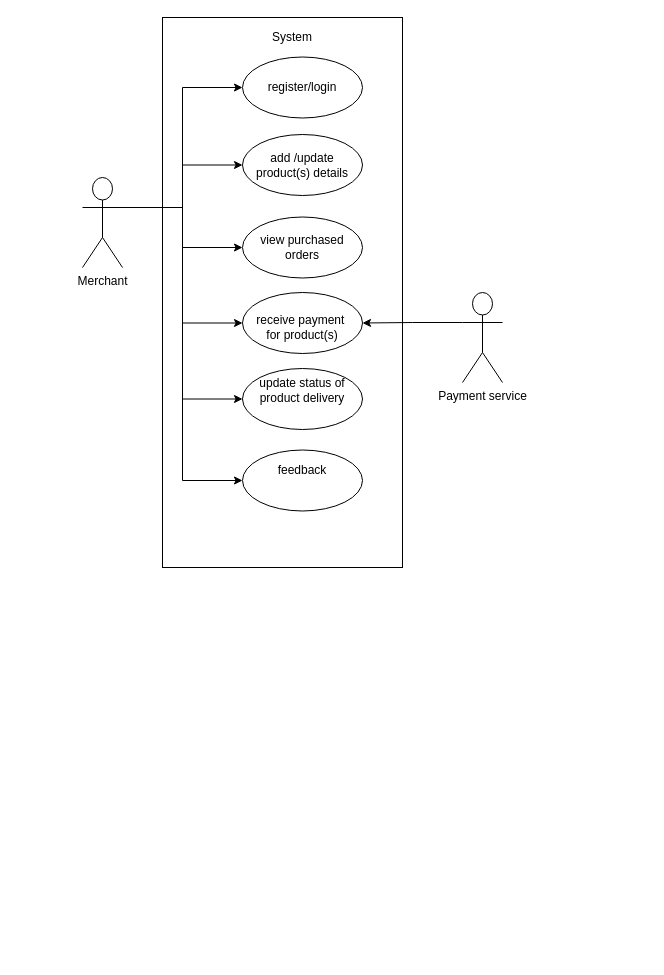
MohitBurkule/uml-diagrams keeps this draw.io diagram as page "Merchant" (1 of 3) of amazon_admin.drawio. Above is the earlier version. Source tidied: cells renumbered, new cells numbered last; positions are measured from the earlier drawing's top-left corner, leaving out a move shared by most shapes. Both pictures are drawn from the tidied source at 100%, with x=0, y=0 at pixel (82, 17).
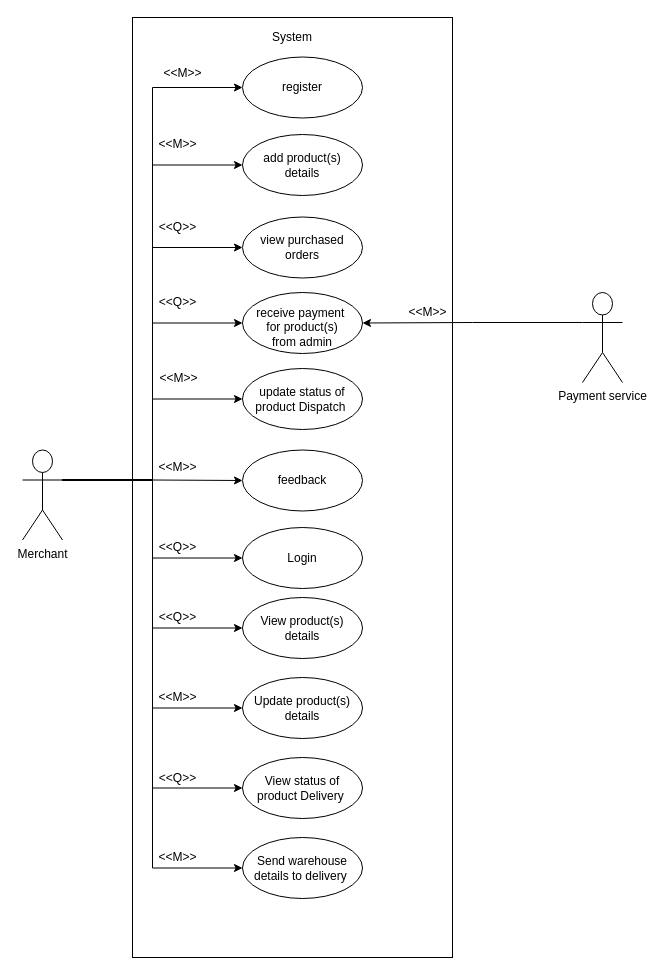
The same page after the edit.

Diff of the diagram source:
```diff
@@
     <mxCell id="2" style="rounded=0;whiteSpace=wrap;html=1;" parent="1" vertex="1">
-      <mxGeometry x="80" width="240" height="550" as="geometry" />
+      <mxGeometry x="50" width="320" height="940" as="geometry" />
     </mxCell>
@@
-    <mxCell id="8" style="ellipse;whiteSpace=wrap;html=1;" parent="1" vertex="1">
-      <mxGeometry x="160" y="432.5" width="120" height="61" as="geometry" />
-    </mxCell>
-    <mxCell id="9" value="register/login" style="text;html=1;strokeColor=none;fillColor=none;align=center;verticalAlign=middle;whiteSpace=wrap;rounded=0;" parent="1" vertex="1">
+    <mxCell id="9" value="register" style="text;html=1;strokeColor=none;fillColor=none;align=center;verticalAlign=middle;whiteSpace=wrap;rounded=0;" parent="1" vertex="1">
       <mxGeometry x="170" y="50" width="100" height="40" as="geometry" />
     </mxCell>
@@
-    <mxCell id="11" value="add /update product(s) details" style="text;html=1;strokeColor=none;fillColor=none;align=center;verticalAlign=middle;whiteSpace=wrap;rounded=0;" parent="1" vertex="1">
+    <mxCell id="11" value="add product(s) details" style="text;html=1;strokeColor=none;fillColor=none;align=center;verticalAlign=middle;whiteSpace=wrap;rounded=0;" parent="1" vertex="1">
       <mxGeometry x="170" y="127.5" width="100" height="40" as="geometry" />
     </mxCell>
-    <mxCell id="12" value="receive payment&amp;nbsp; for product(s)" style="text;html=1;strokeColor=none;fillColor=none;align=center;verticalAlign=middle;whiteSpace=wrap;rounded=0;" parent="1" vertex="1">
+    <mxCell id="12" value="receive payment&amp;nbsp; for product(s) from admin" style="text;html=1;strokeColor=none;fillColor=none;align=center;verticalAlign=middle;whiteSpace=wrap;rounded=0;" parent="1" vertex="1">
       <mxGeometry x="170" y="290" width="100" height="40" as="geometry" />
     </mxCell>
-    <mxCell id="13" value="update status of product delivery" style="text;html=1;strokeColor=none;fillColor=none;align=center;verticalAlign=middle;whiteSpace=wrap;rounded=0;" parent="1" vertex="1">
-      <mxGeometry x="170" y="352.5" width="100" height="40" as="geometry" />
+    <mxCell id="13" value="update status of product Dispatch&amp;nbsp;" style="text;html=1;strokeColor=none;fillColor=none;align=center;verticalAlign=middle;whiteSpace=wrap;rounded=0;" parent="1" vertex="1">
+      <mxGeometry x="170" y="361.5" width="100" height="40" as="geometry" />
     </mxCell>
@@
+    <mxCell id="25" style="edgeStyle=orthogonalEdgeStyle;rounded=0;jettySize=auto;html=1;exitX=1;exitY=0.3333333333333333;exitDx=0;exitDy=0;exitPerimeter=0;entryX=0;entryY=0.5;entryDx=0;entryDy=0;" parent="1" edge="1" source="20" target="32">
+      <mxGeometry relative="1" as="geometry" />
+    </mxCell>
+    <mxCell id="26" style="edgeStyle=orthogonalEdgeStyle;rounded=0;jettySize=auto;html=1;exitX=1;exitY=0.3333333333333333;exitDx=0;exitDy=0;exitPerimeter=0;entryX=0;entryY=0.5;entryDx=0;entryDy=0;" parent="1" edge="1" source="20" target="35">
+      <mxGeometry relative="1" as="geometry" />
+    </mxCell>
+    <mxCell id="27" style="edgeStyle=orthogonalEdgeStyle;rounded=0;jettySize=auto;html=1;exitX=1;exitY=0.3333333333333333;exitDx=0;exitDy=0;exitPerimeter=0;entryX=0;entryY=0.5;entryDx=0;entryDy=0;" parent="1" edge="1" source="20" target="45">
+      <mxGeometry relative="1" as="geometry" />
+    </mxCell>
+    <mxCell id="28" style="edgeStyle=orthogonalEdgeStyle;rounded=0;jettySize=auto;html=1;exitX=1;exitY=0.3333333333333333;exitDx=0;exitDy=0;exitPerimeter=0;entryX=0;entryY=0.5;entryDx=0;entryDy=0;" parent="1" edge="1" source="20" target="38">
+      <mxGeometry relative="1" as="geometry" />
+    </mxCell>
+    <mxCell id="29" style="edgeStyle=orthogonalEdgeStyle;rounded=0;jettySize=auto;html=1;exitX=1;exitY=0.3333333333333333;exitDx=0;exitDy=0;exitPerimeter=0;entryX=0;entryY=0.5;entryDx=0;entryDy=0;" parent="1" edge="1" source="20" target="41">
+      <mxGeometry relative="1" as="geometry" />
+    </mxCell>
     <mxCell id="20" value="Merchant" style="shape=umlActor;verticalLabelPosition=bottom;labelBackgroundColor=#ffffff;verticalAlign=top;html=1;" parent="1" vertex="1">
-      <mxGeometry y="160" width="40" height="90" as="geometry" />
+      <mxGeometry x="-60" y="432.5" width="40" height="90" as="geometry" />
     </mxCell>
@@
     <mxCell id="22" value="Payment service" style="shape=umlActor;verticalLabelPosition=bottom;labelBackgroundColor=#ffffff;verticalAlign=top;html=1;" parent="1" vertex="1">
-      <mxGeometry x="380" y="275" width="40" height="90" as="geometry" />
+      <mxGeometry x="500" y="275" width="40" height="90" as="geometry" />
     </mxCell>
@@
+    <mxCell id="30" style="group;" parent="1" vertex="1">
+      <mxGeometry x="160" y="432.5" width="120" height="61" as="geometry" />
+    </mxCell>
+    <mxCell id="8" style="ellipse;whiteSpace=wrap;html=1;" parent="30" vertex="1">
+      <mxGeometry width="120" height="61" as="geometry" />
+    </mxCell>
-    <mxCell id="24" value="feedback" style="text;html=1;strokeColor=none;fillColor=none;align=center;verticalAlign=middle;whiteSpace=wrap;rounded=0;" parent="1" vertex="1">
-      <mxGeometry x="170" y="432.5" width="100" height="40" as="geometry" />
+    <mxCell id="24" value="feedback" style="text;html=1;strokeColor=none;fillColor=none;align=center;verticalAlign=middle;whiteSpace=wrap;rounded=0;" parent="30" vertex="1">
+      <mxGeometry x="10" y="10.5" width="100" height="40" as="geometry" />
     </mxCell>
+    <mxCell id="31" style="group;" parent="1" vertex="1">
+      <mxGeometry x="160" y="510" width="120" height="61" as="geometry" />
+    </mxCell>
+    <mxCell id="32" style="ellipse;whiteSpace=wrap;html=1;" parent="31" vertex="1">
+      <mxGeometry width="120" height="61" as="geometry" />
+    </mxCell>
+    <mxCell id="33" value="Login" style="text;html=1;strokeColor=none;fillColor=none;align=center;verticalAlign=middle;whiteSpace=wrap;rounded=0;" parent="31" vertex="1">
+      <mxGeometry x="10" y="10.5" width="100" height="40" as="geometry" />
+    </mxCell>
+    <mxCell id="34" style="group;" parent="1" vertex="1">
+      <mxGeometry x="160" y="580" width="120" height="61" as="geometry" />
+    </mxCell>
+    <mxCell id="35" style="ellipse;whiteSpace=wrap;html=1;" parent="34" vertex="1">
+      <mxGeometry width="120" height="61" as="geometry" />
+    </mxCell>
+    <mxCell id="36" value="View product(s) details" style="text;html=1;strokeColor=none;fillColor=none;align=center;verticalAlign=middle;whiteSpace=wrap;rounded=0;" parent="34" vertex="1">
+      <mxGeometry x="10" y="10.5" width="100" height="40" as="geometry" />
+    </mxCell>
+    <mxCell id="37" style="group;" parent="1" vertex="1">
+      <mxGeometry x="160" y="740" width="120" height="61" as="geometry" />
+    </mxCell>
+    <mxCell id="38" style="ellipse;whiteSpace=wrap;html=1;" parent="37" vertex="1">
+      <mxGeometry width="120" height="61" as="geometry" />
+    </mxCell>
+    <mxCell id="39" value="View status of product Delivery&amp;nbsp;" style="text;html=1;strokeColor=none;fillColor=none;align=center;verticalAlign=middle;whiteSpace=wrap;rounded=0;" parent="37" vertex="1">
+      <mxGeometry x="10" y="10.5" width="100" height="40" as="geometry" />
+    </mxCell>
+    <mxCell id="40" style="group;" parent="1" vertex="1">
+      <mxGeometry x="160" y="820" width="120" height="61" as="geometry" />
+    </mxCell>
+    <mxCell id="41" style="ellipse;whiteSpace=wrap;html=1;" parent="40" vertex="1">
+      <mxGeometry width="120" height="61" as="geometry" />
+    </mxCell>
+    <mxCell id="42" value="Send warehouse details to delivery&amp;nbsp;" style="text;html=1;strokeColor=none;fillColor=none;align=center;verticalAlign=middle;whiteSpace=wrap;rounded=0;" parent="40" vertex="1">
+      <mxGeometry x="10" y="10.5" width="100" height="40" as="geometry" />
+    </mxCell>
+    <mxCell id="43" style="group;" parent="1" vertex="1">
+      <mxGeometry x="140" y="690" width="140" height="61" as="geometry" />
+    </mxCell>
+    <mxCell id="44" style="group;" parent="43" vertex="1">
+      <mxGeometry x="20" y="-30" width="120" height="61" as="geometry" />
+    </mxCell>
+    <mxCell id="45" style="ellipse;whiteSpace=wrap;html=1;" parent="44" vertex="1">
+      <mxGeometry width="120" height="61" as="geometry" />
+    </mxCell>
+    <mxCell id="46" value="Update product(s) details" style="text;html=1;strokeColor=none;fillColor=none;align=center;verticalAlign=middle;whiteSpace=wrap;rounded=0;" parent="44" vertex="1">
+      <mxGeometry x="10" y="10.5" width="100" height="40" as="geometry" />
+    </mxCell>
+    <mxCell id="47" value="&amp;lt;&amp;lt;M&amp;gt;&amp;gt;" style="text;html=1;align=center;verticalAlign=middle;fillColor=none;strokeColor=none;rounded=0;" parent="1" vertex="1">
+      <mxGeometry x="75" y="46.1" width="50" height="20" as="geometry" />
+    </mxCell>
+    <mxCell id="48" value="&amp;lt;&amp;lt;M&amp;gt;&amp;gt;" style="text;html=1;align=center;verticalAlign=middle;fillColor=none;strokeColor=none;rounded=0;" parent="1" vertex="1">
+      <mxGeometry x="70" y="117" width="50" height="20" as="geometry" />
+    </mxCell>
+    <mxCell id="49" value="&amp;lt;&amp;lt;Q&amp;gt;&amp;gt;" style="text;html=1;align=center;verticalAlign=middle;fillColor=none;strokeColor=none;rounded=0;" parent="1" vertex="1">
+      <mxGeometry x="70" y="199.5" width="50" height="20" as="geometry" />
+    </mxCell>
+    <mxCell id="50" value="&amp;lt;&amp;lt;Q&amp;gt;&amp;gt;" style="text;html=1;align=center;verticalAlign=middle;fillColor=none;strokeColor=none;rounded=0;" parent="1" vertex="1">
+      <mxGeometry x="70" y="275" width="50" height="20" as="geometry" />
+    </mxCell>
+    <mxCell id="51" value="&amp;lt;&amp;lt;M&amp;gt;&amp;gt;" style="text;html=1;align=center;verticalAlign=middle;fillColor=none;strokeColor=none;rounded=0;" parent="1" vertex="1">
+      <mxGeometry x="71" y="351" width="50" height="20" as="geometry" />
+    </mxCell>
+    <mxCell id="52" value="&amp;lt;&amp;lt;M&amp;gt;&amp;gt;" style="text;html=1;align=center;verticalAlign=middle;fillColor=none;strokeColor=none;rounded=0;" parent="1" vertex="1">
+      <mxGeometry x="320" y="285" width="50" height="20" as="geometry" />
+    </mxCell>
+    <mxCell id="53" value="&amp;lt;&amp;lt;M&amp;gt;&amp;gt;" style="text;html=1;align=center;verticalAlign=middle;fillColor=none;strokeColor=none;rounded=0;" parent="1" vertex="1">
+      <mxGeometry x="70" y="440" width="50" height="20" as="geometry" />
+    </mxCell>
+    <mxCell id="54" value="&amp;lt;&amp;lt;Q&amp;gt;&amp;gt;" style="text;html=1;align=center;verticalAlign=middle;fillColor=none;strokeColor=none;rounded=0;" parent="1" vertex="1">
+      <mxGeometry x="70" y="590" width="50" height="20" as="geometry" />
+    </mxCell>
+    <mxCell id="55" value="&amp;lt;&amp;lt;Q&amp;gt;&amp;gt;" style="text;html=1;align=center;verticalAlign=middle;fillColor=none;strokeColor=none;rounded=0;" parent="1" vertex="1">
+      <mxGeometry x="70" y="751" width="50" height="20" as="geometry" />
+    </mxCell>
+    <mxCell id="56" value="&amp;lt;&amp;lt;Q&amp;gt;&amp;gt;" style="text;html=1;align=center;verticalAlign=middle;fillColor=none;strokeColor=none;rounded=0;" parent="1" vertex="1">
+      <mxGeometry x="70" y="520" width="50" height="20" as="geometry" />
+    </mxCell>
+    <mxCell id="57" value="&amp;lt;&amp;lt;M&amp;gt;&amp;gt;" style="text;html=1;align=center;verticalAlign=middle;fillColor=none;strokeColor=none;rounded=0;" parent="1" vertex="1">
+      <mxGeometry x="70" y="830" width="50" height="20" as="geometry" />
+    </mxCell>
+    <mxCell id="58" value="&amp;lt;&amp;lt;M&amp;gt;&amp;gt;" style="text;html=1;align=center;verticalAlign=middle;fillColor=none;strokeColor=none;rounded=0;" parent="1" vertex="1">
+      <mxGeometry x="70" y="670" width="50" height="20" as="geometry" />
+    </mxCell>
```
